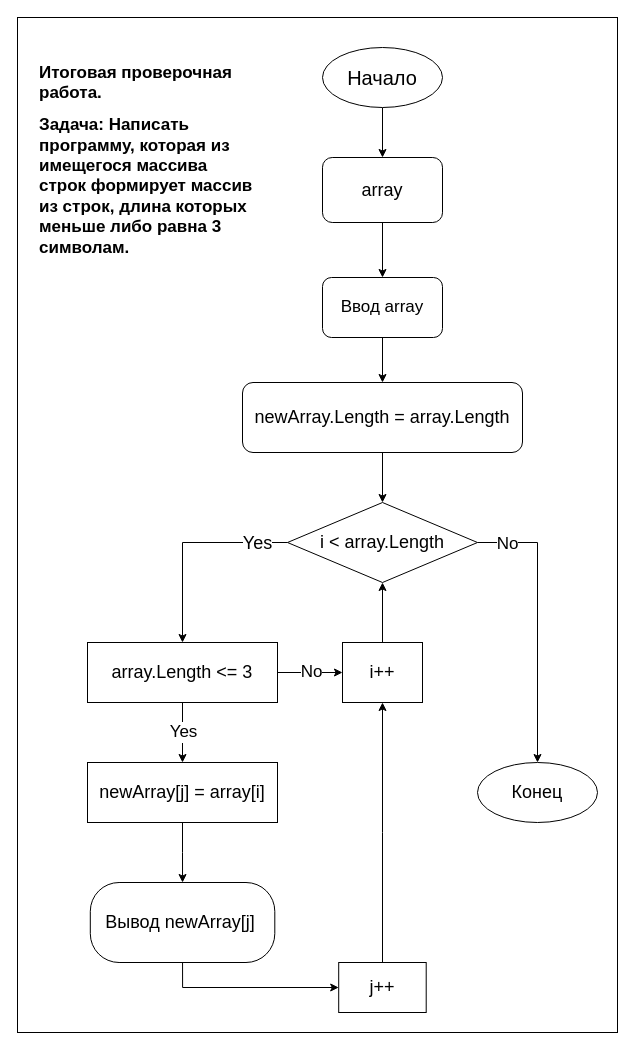
Above: page "Page-1" (1 of 2) of final_task.drawio in stickerov/GB_final_check_task (draw.io), before the change. Source tidied: cells renumbered, new cells numbered last; positions are measured from the earlier drawing's top-left corner, leaving out a move shared by most shapes. Both pictures are drawn from the tidied source at 100%, with x=0, y=0 at pixel (17, 17).
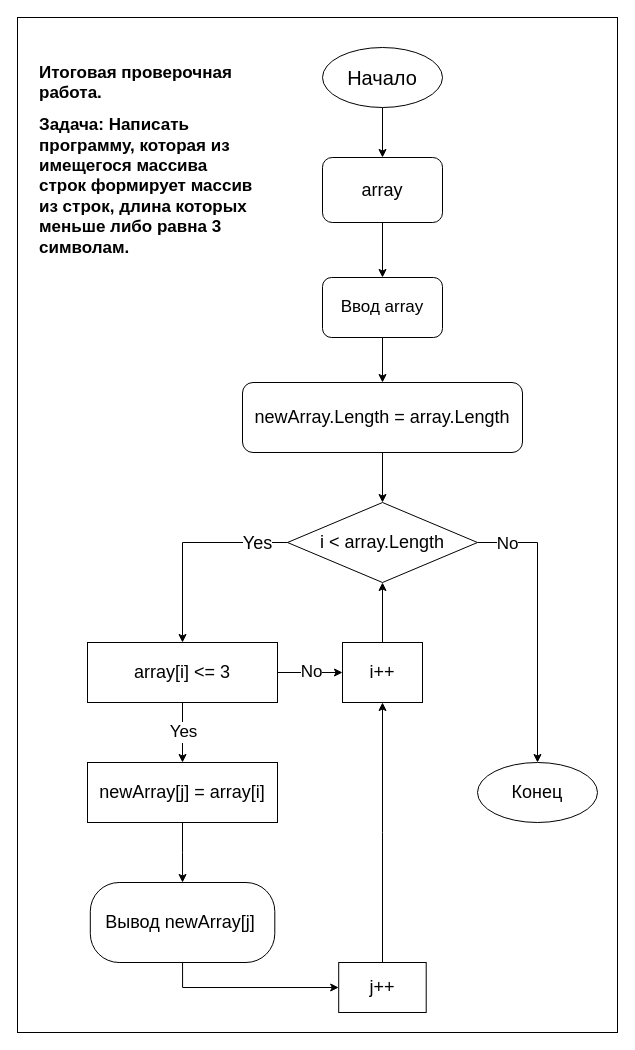
After the change.

Commit message (it also covers changes not shown here):
changing diagram

Diff of the diagram source:
```diff
@@
-    <mxCell id="19" value="array.Length &amp;lt;= 3" style="rounded=0;whiteSpace=wrap;html=1;fontFamily=Helvetica;fontSize=18;fontColor=default;align=center;strokeColor=default;fillColor=default;" parent="1" vertex="1">
+    <mxCell id="19" value="array[i] &amp;lt;= 3" style="rounded=0;whiteSpace=wrap;html=1;fontFamily=Helvetica;fontSize=18;fontColor=default;align=center;strokeColor=default;fillColor=default;" parent="1" vertex="1">
       <mxGeometry x="70" y="625" width="190" height="60" as="geometry" />
     </mxCell>
```
